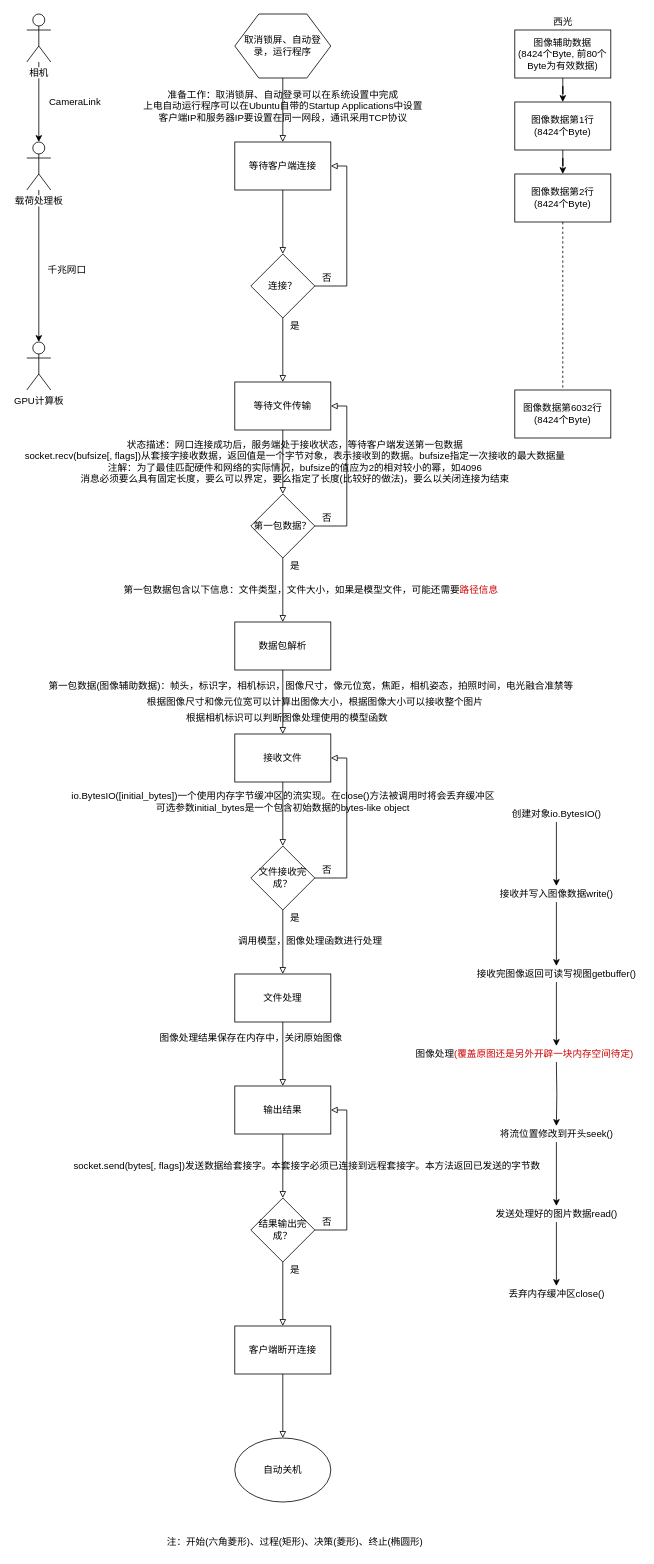
Earlier version of the draw.io diagram 图像处理软件概要设计.drawio (hhwjsw711/image_process). Source tidied: cells renumbered, new cells numbered last; positions are measured from the earlier drawing's top-left corner, leaving out a move shared by most shapes. Both pictures are drawn from the tidied source at 80%, with x=0, y=0 at pixel (18, 14).
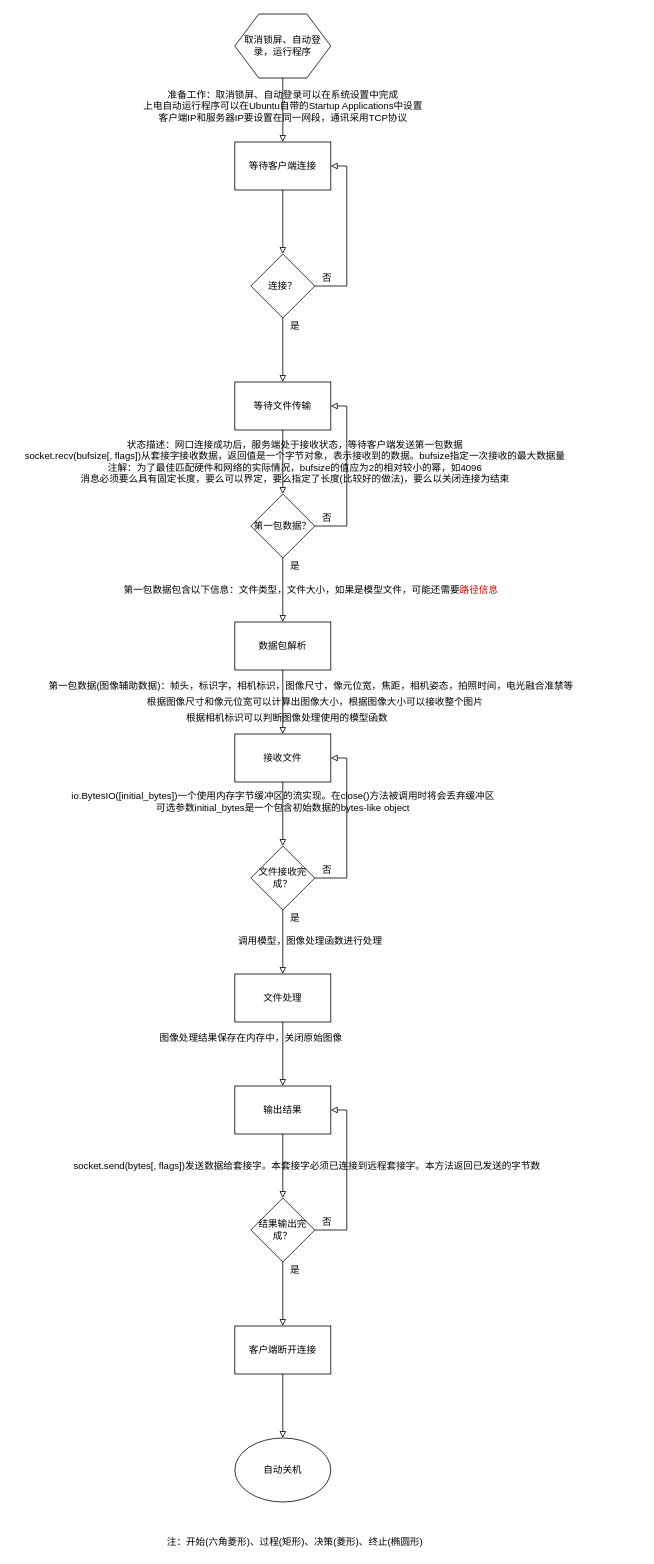
Above is the later version.

Commit message:
更新图像处理软件概要设计.drawio

Diff of the diagram source:
```diff
@@
-    <mxCell id="2" style="edgeStyle=orthogonalEdgeStyle;rounded=0;jettySize=auto;html=1;" parent="1" edge="1" source="3" target="5">
-      <mxGeometry relative="1" as="geometry" />
-    </mxCell>
-    <mxCell id="3" value="相机" style="shape=umlActor;verticalLabelPosition=bottom;labelBackgroundColor=#ffffff;verticalAlign=top;html=1;outlineConnect=0;shadow=0;strokeWidth=1;" parent="1" vertex="1">
-      <mxGeometry x="10" width="30" height="60" as="geometry" />
-    </mxCell>
-    <mxCell id="4" style="edgeStyle=orthogonalEdgeStyle;rounded=0;jettySize=auto;html=1;" parent="1" edge="1" source="5" target="6">
-      <mxGeometry relative="1" as="geometry" />
-    </mxCell>
-    <mxCell id="5" value="载荷处理板" style="shape=umlActor;verticalLabelPosition=bottom;labelBackgroundColor=#ffffff;verticalAlign=top;html=1;outlineConnect=0;shadow=0;strokeWidth=1;" parent="1" vertex="1">
-      <mxGeometry x="10" y="160" width="30" height="60" as="geometry" />
-    </mxCell>
-    <mxCell id="6" value="GPU计算板" style="shape=umlActor;verticalLabelPosition=bottom;labelBackgroundColor=#ffffff;verticalAlign=top;html=1;outlineConnect=0;shadow=0;strokeWidth=1;" parent="1" vertex="1">
-      <mxGeometry x="10" y="410" width="30" height="60" as="geometry" />
-    </mxCell>
-    <mxCell id="7" value="CameraLink" style="text;html=1;align=center;verticalAlign=middle;" parent="1" vertex="1">
-      <mxGeometry x="30" y="100" width="80" height="20" as="geometry" />
-    </mxCell>
-    <mxCell id="8" value="千兆网口" style="text;html=1;align=center;verticalAlign=middle;" parent="1" vertex="1">
-      <mxGeometry x="30" y="310" width="60" height="20" as="geometry" />
-    </mxCell>
-    <mxCell id="9" style="edgeStyle=orthogonalEdgeStyle;rounded=0;jettySize=auto;html=1;" parent="1" edge="1" source="10" target="12">
-      <mxGeometry relative="1" as="geometry" />
-    </mxCell>
-    <mxCell id="10" value="图像辅助数据&lt;br&gt;(8424个Byte, 前80个Byte为有效数据)" style="rounded=0;whiteSpace=wrap;html=1;shadow=0;strokeWidth=1;" parent="1" vertex="1">
-      <mxGeometry x="620" y="20" width="120" height="60" as="geometry" />
-    </mxCell>
-    <mxCell id="11" style="edgeStyle=orthogonalEdgeStyle;rounded=0;jettySize=auto;html=1;" parent="1" edge="1" source="12" target="14">
-      <mxGeometry relative="1" as="geometry" />
-    </mxCell>
-    <mxCell id="12" value="图像数据第1行&lt;br&gt;(8424个Byte)" style="rounded=0;whiteSpace=wrap;html=1;shadow=0;strokeWidth=1;" parent="1" vertex="1">
-      <mxGeometry x="620" y="110" width="120" height="60" as="geometry" />
-    </mxCell>
-    <mxCell id="13" style="edgeStyle=orthogonalEdgeStyle;rounded=0;jettySize=auto;html=1;dashed=1;endArrow=none;endFill=0;" parent="1" edge="1" source="14" target="15">
-      <mxGeometry relative="1" as="geometry" />
-    </mxCell>
-    <mxCell id="14" value="图像数据第2行&lt;br&gt;(8424个Byte)" style="rounded=0;whiteSpace=wrap;html=1;shadow=0;strokeWidth=1;" parent="1" vertex="1">
-      <mxGeometry x="620" y="200" width="120" height="60" as="geometry" />
-    </mxCell>
-    <mxCell id="15" value="图像数据第6032行&lt;br&gt;(8424个Byte)" style="rounded=0;whiteSpace=wrap;html=1;shadow=0;strokeWidth=1;" parent="1" vertex="1">
-      <mxGeometry x="620" y="470" width="120" height="60" as="geometry" />
-    </mxCell>
-    <mxCell id="16" value="西光" style="text;html=1;align=center;verticalAlign=middle;" parent="1" vertex="1">
-      <mxGeometry x="660" width="40" height="20" as="geometry" />
-    </mxCell>
@@
-    <mxCell id="65" style="edgeStyle=orthogonalEdgeStyle;rounded=0;jettySize=auto;html=1;" parent="1" edge="1" source="66" target="68">
-      <mxGeometry relative="1" as="geometry" />
-    </mxCell>
-    <mxCell id="66" value="创建对象io.BytesIO()" style="text;html=1;align=center;verticalAlign=middle;points=[];" parent="1" vertex="1">
-      <mxGeometry x="607" y="990" width="130" height="20" as="geometry" />
-    </mxCell>
-    <mxCell id="67" style="edgeStyle=orthogonalEdgeStyle;rounded=0;jettySize=auto;html=1;" parent="1" edge="1" source="68" target="70">
-      <mxGeometry relative="1" as="geometry" />
-    </mxCell>
-    <mxCell id="68" value="接收并写入图像数据write()" style="text;html=1;align=center;verticalAlign=middle;points=[];" parent="1" vertex="1">
-      <mxGeometry x="592" y="1090" width="160" height="20" as="geometry" />
-    </mxCell>
-    <mxCell id="69" style="edgeStyle=orthogonalEdgeStyle;rounded=0;jettySize=auto;html=1;" parent="1" edge="1" source="70">
-      <mxGeometry relative="1" as="geometry">
-        <mxPoint x="672" y="1290" as="targetPoint" />
-      </mxGeometry>
-    </mxCell>
-    <mxCell id="70" value="接收完图像返回可读写视图getbuffer()" style="text;html=1;align=center;verticalAlign=middle;points=[];" parent="1" vertex="1">
-      <mxGeometry x="567" y="1190" width="210" height="20" as="geometry" />
-    </mxCell>
-    <mxCell id="71" style="edgeStyle=orthogonalEdgeStyle;rounded=0;jettySize=auto;html=1;" parent="1" edge="1" target="74">
-      <mxGeometry relative="1" as="geometry">
-        <mxPoint x="672" y="1310" as="sourcePoint" />
-      </mxGeometry>
-    </mxCell>
-    <mxCell id="72" value="图像处理&lt;font color=&quot;#cc0000&quot;&gt;(覆盖原图还是另外开辟一块内存空间待定)&lt;/font&gt;" style="text;html=1;align=center;verticalAlign=middle;" parent="1" vertex="1">
-      <mxGeometry x="487" y="1290" width="290" height="20" as="geometry" />
-    </mxCell>
-    <mxCell id="73" style="edgeStyle=orthogonalEdgeStyle;rounded=0;jettySize=auto;html=1;" parent="1" edge="1" source="74" target="76">
-      <mxGeometry relative="1" as="geometry" />
-    </mxCell>
-    <mxCell id="74" value="将流位置修改到开头seek()" style="text;html=1;align=center;verticalAlign=middle;points=[];" parent="1" vertex="1">
-      <mxGeometry x="592" y="1390" width="160" height="20" as="geometry" />
-    </mxCell>
-    <mxCell id="75" style="edgeStyle=orthogonalEdgeStyle;rounded=0;jettySize=auto;html=1;" parent="1" edge="1" source="76" target="77">
-      <mxGeometry relative="1" as="geometry" />
-    </mxCell>
-    <mxCell id="76" value="发送处理好的图片数据read()" style="text;html=1;align=center;verticalAlign=middle;points=[];" parent="1" vertex="1">
-      <mxGeometry x="587" y="1490" width="170" height="20" as="geometry" />
-    </mxCell>
-    <mxCell id="77" value="丢弃内存缓冲区close()" style="text;html=1;align=center;verticalAlign=middle;points=[];" parent="1" vertex="1">
-      <mxGeometry x="602" y="1590" width="140" height="20" as="geometry" />
-    </mxCell>
```
